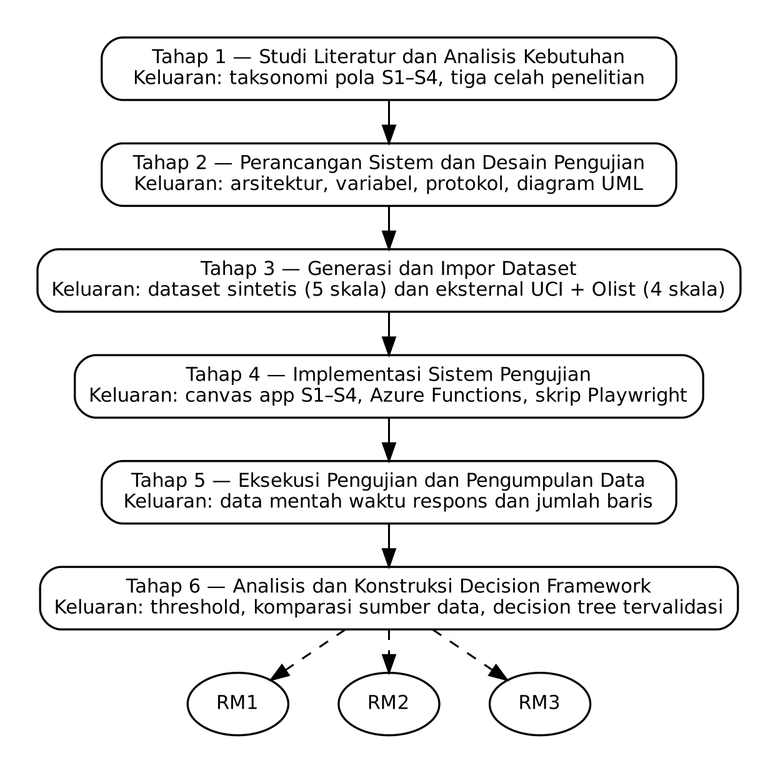
This is figures/kerangka_kerja.png from GilbertoKentjono/skripsi_powerapps, a Graphviz export, as it was before one commit. Its source is kept beside it as figures/kerangka_kerja.dot.
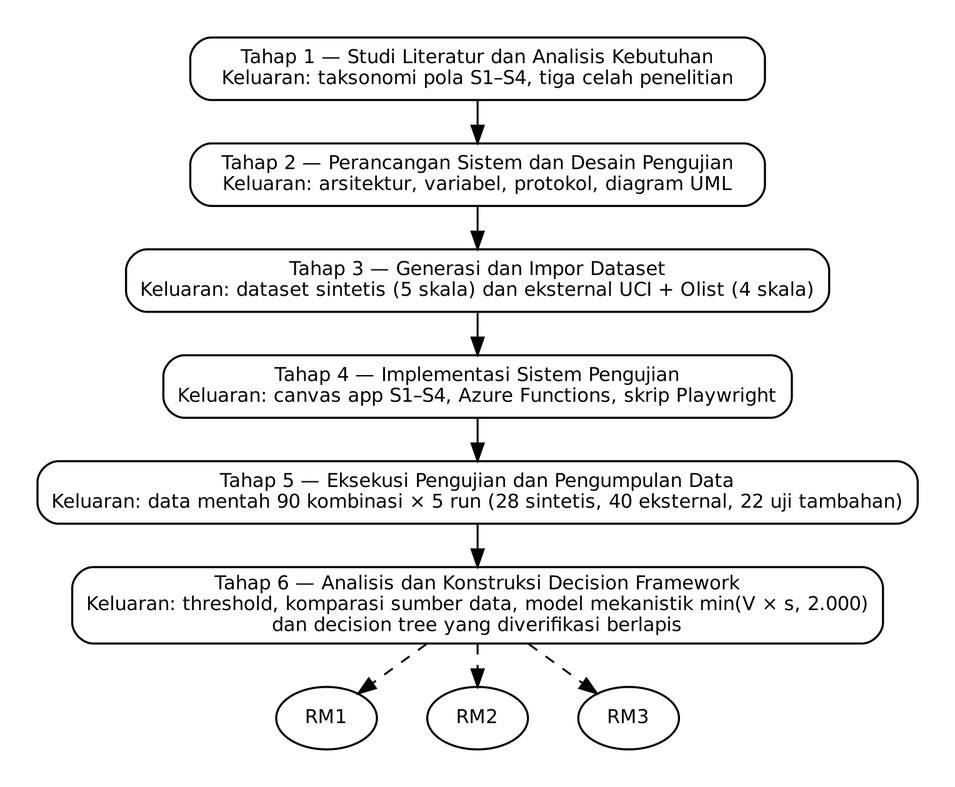
Later version of the same file.

Commit message:
update kerangka kerja

The edit, as a diff of the source:
```diff
@@ -6,8 +6,8 @@
   t2 [label="Tahap 2 — Perancangan Sistem dan Desain Pengujian\nKeluaran: arsitektur, variabel, protokol, diagram UML"];
   t3 [label="Tahap 3 — Generasi dan Impor Dataset\nKeluaran: dataset sintetis (5 skala) dan eksternal UCI + Olist (4 skala)"];
   t4 [label="Tahap 4 — Implementasi Sistem Pengujian\nKeluaran: canvas app S1–S4, Azure Functions, skrip Playwright"];
-  t5 [label="Tahap 5 — Eksekusi Pengujian dan Pengumpulan Data\nKeluaran: data mentah waktu respons dan jumlah baris"];
-  t6 [label="Tahap 6 — Analisis dan Konstruksi Decision Framework\nKeluaran: threshold, komparasi sumber data, decision tree tervalidasi"];
+  t5 [label="Tahap 5 — Eksekusi Pengujian dan Pengumpulan Data\nKeluaran: data mentah 90 kombinasi × 5 run (28 sintetis, 40 eksternal, 22 uji tambahan)"];
+  t6 [label="Tahap 6 — Analisis dan Konstruksi Decision Framework\nKeluaran: threshold, komparasi sumber data, model mekanistik min(V × s, 2.000)\ndan decision tree yang diverifikasi berlapis"];
   {rank=same; rm1 [label="RM1", shape=ellipse, width=0.8]; rm2 [label="RM2", shape=ellipse, width=0.8]; rm3 [label="RM3", shape=ellipse, width=0.8]; rm1->rm2->rm3 [style=invis];}
   t1->t2->t3->t4->t5->t6;
   t6->rm1 [style=dashed]; t6->rm2 [style=dashed]; t6->rm3 [style=dashed];
```
